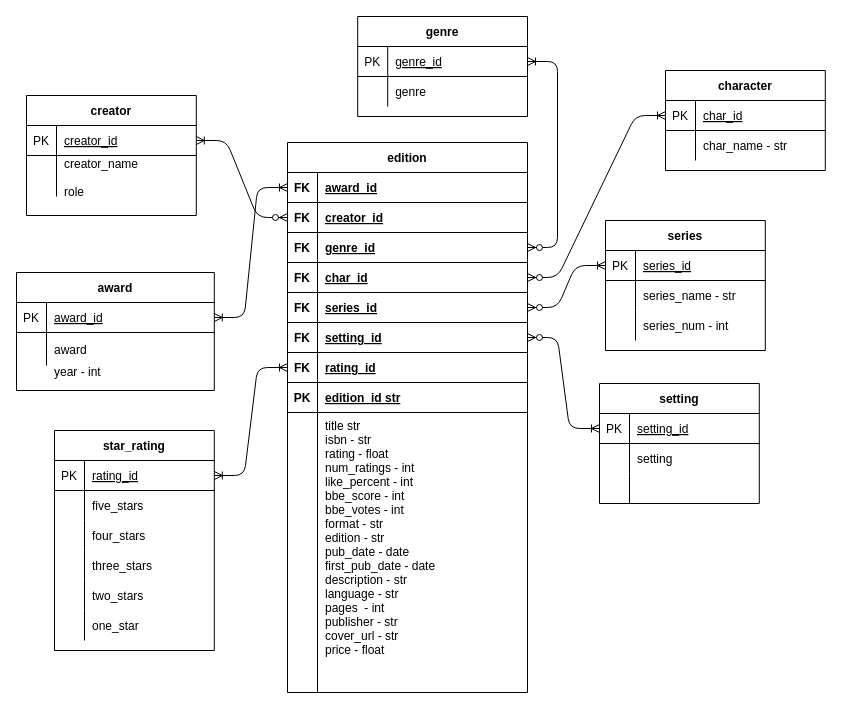
Earlier version of the draw.io diagram artifacts/books_db.drawio (codeslp/books_db). Source tidied: cells renumbered, new cells numbered last; positions are measured from the earlier drawing's top-left corner, leaving out a move shared by most shapes. Both pictures are drawn from the tidied source at 100%, with x=0, y=0 at pixel (16, 16).
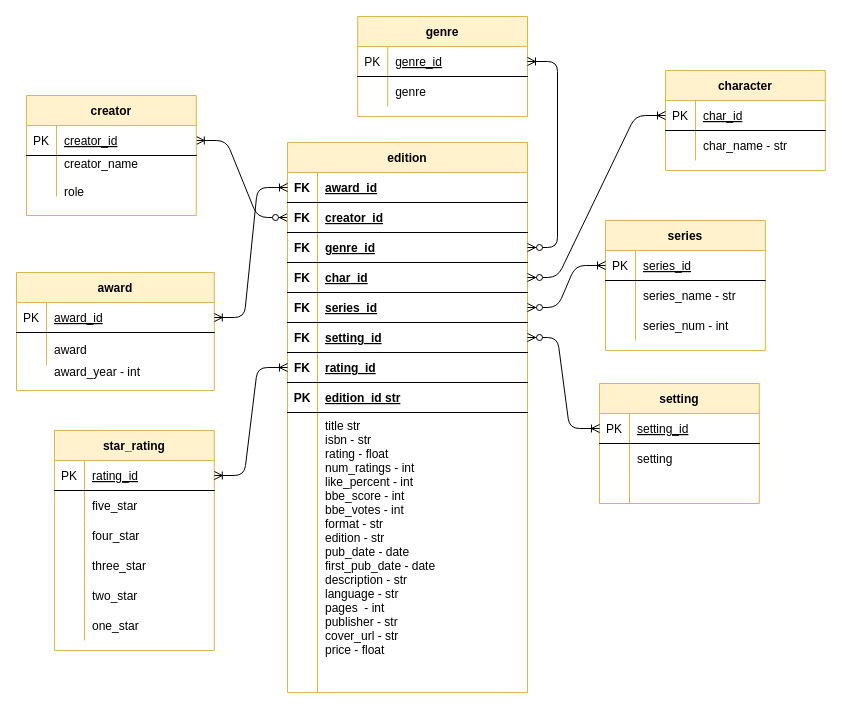
The same diagram, later.

The change refers to these unchanged cells:
```xml
<mxCell id="62" style="group;" parent="1" vertex="1">
  <mxGeometry y="256" width="197.8" height="125" as="geometry" />
</mxCell>
<mxCell id="90" style="shape=partialRectangle;fillColor=none;top=0;left=0;right=0;bottom=0;" parent="86" vertex="1">
  <mxGeometry y="60" width="159.8" height="30" as="geometry" />
</mxCell>
<mxCell id="93" style="shape=partialRectangle;fillColor=none;top=0;left=0;right=0;bottom=0;" parent="86" vertex="1">
  <mxGeometry y="90" width="159.8" height="30" as="geometry" />
</mxCell>
<mxCell id="96" style="shape=partialRectangle;fillColor=none;top=0;left=0;right=0;bottom=0;" parent="86" vertex="1">
  <mxGeometry y="120" width="159.8" height="30" as="geometry" />
</mxCell>
<mxCell id="99" style="shape=partialRectangle;fillColor=none;top=0;left=0;right=0;bottom=0;" parent="86" vertex="1">
  <mxGeometry y="150" width="159.8" height="30" as="geometry" />
</mxCell>
```

Diff of the diagram source:
```diff
@@
-    <mxCell id="3" value="edition" style="shape=table;startSize=30;childLayout=tableLayout;rowLines=0;fontStyle=1;align=center;" parent="1" vertex="1">
+    <mxCell id="3" value="edition" style="shape=table;startSize=30;childLayout=tableLayout;rowLines=0;fontStyle=1;align=center;fillColor=#fff2cc;strokeColor=#d6b656;" parent="1" vertex="1">
       <mxGeometry x="271" y="126" width="240" height="550" as="geometry" />
     </mxCell>
@@
-    <mxCell id="31" value="series" style="shape=table;startSize=30;childLayout=tableLayout;rowLines=0;fontStyle=1;align=center;" parent="1" vertex="1">
+    <mxCell id="31" value="series" style="shape=table;startSize=30;childLayout=tableLayout;rowLines=0;fontStyle=1;align=center;fillColor=#fff2cc;strokeColor=#d6b656;" parent="1" vertex="1">
       <mxGeometry x="589" y="204" width="159.8" height="130" as="geometry" />
     </mxCell>
@@
-    <mxCell id="41" value="creator" style="shape=table;startSize=30;childLayout=tableLayout;rowLines=0;fontStyle=1;align=center;" parent="1" vertex="1">
+    <mxCell id="41" value="creator" style="shape=table;startSize=30;childLayout=tableLayout;rowLines=0;fontStyle=1;align=center;fillColor=#fff2cc;strokeColor=#d6b656;" parent="1" vertex="1">
       <mxGeometry x="10" y="79" width="169.8" height="120" as="geometry" />
     </mxCell>
@@
-    <mxCell id="48" value="genre" style="shape=table;startSize=30;childLayout=tableLayout;rowLines=0;fontStyle=1;align=center;" parent="1" vertex="1">
+    <mxCell id="48" value="genre" style="shape=table;startSize=30;childLayout=tableLayout;rowLines=0;fontStyle=1;align=center;fillColor=#fff2cc;strokeColor=#d6b656;" parent="1" vertex="1">
       <mxGeometry x="341.2" width="169.8" height="100" as="geometry" />
     </mxCell>
@@
-    <mxCell id="55" value="character" style="shape=table;startSize=30;childLayout=tableLayout;rowLines=0;fontStyle=1;align=center;" parent="1" vertex="1">
+    <mxCell id="55" value="character" style="shape=table;startSize=30;childLayout=tableLayout;rowLines=0;fontStyle=1;align=center;fillColor=#fff2cc;strokeColor=#d6b656;" parent="1" vertex="1">
       <mxGeometry x="649" y="54" width="159.8" height="100" as="geometry" />
     </mxCell>
@@
-    <mxCell id="63" value="award" style="shape=table;startSize=30;childLayout=tableLayout;rowLines=0;fontStyle=1;align=center;" parent="62" vertex="1">
+    <mxCell id="63" value="award" style="shape=table;startSize=30;childLayout=tableLayout;rowLines=0;fontStyle=1;align=center;fillColor=#fff2cc;strokeColor=#d6b656;" parent="62" vertex="1">
       <mxGeometry width="197.8" height="118" as="geometry" />
     </mxCell>
@@
-    <mxCell id="70" value="year - int" style="shape=partialRectangle;overflow=hidden;fillColor=none;top=0;left=0;bottom=0;right=0;align=left;spacingLeft=6;" parent="62" vertex="1">
+    <mxCell id="70" value="award_year - int" style="shape=partialRectangle;overflow=hidden;fillColor=none;top=0;left=0;bottom=0;right=0;align=left;spacingLeft=6;" parent="62" vertex="1">
       <mxGeometry x="30" y="84" width="167.8" height="30" as="geometry" />
     </mxCell>
-    <mxCell id="71" value="setting" style="shape=table;startSize=30;childLayout=tableLayout;rowLines=0;fontStyle=1;align=center;" parent="1" vertex="1">
+    <mxCell id="71" value="setting" style="shape=table;startSize=30;childLayout=tableLayout;rowLines=0;fontStyle=1;align=center;fillColor=#fff2cc;strokeColor=#d6b656;" parent="1" vertex="1">
       <mxGeometry x="583" y="367" width="159.8" height="120" as="geometry" />
     </mxCell>
@@
-    <mxCell id="86" value="star_rating" style="shape=table;startSize=30;childLayout=tableLayout;rowLines=0;fontStyle=1;align=center;" parent="1" vertex="1">
+    <mxCell id="86" value="star_rating" style="shape=table;startSize=30;childLayout=tableLayout;rowLines=0;fontStyle=1;align=center;fillColor=#fff2cc;strokeColor=#d6b656;" parent="1" vertex="1">
       <mxGeometry x="38" y="414" width="159.8" height="220" as="geometry" />
     </mxCell>
@@
-    <mxCell id="92" value="five_stars" style="shape=partialRectangle;overflow=hidden;fillColor=none;top=0;left=0;bottom=0;right=0;align=left;spacingLeft=6;" parent="90" vertex="1">
+    <mxCell id="92" value="five_star" style="shape=partialRectangle;overflow=hidden;fillColor=none;top=0;left=0;bottom=0;right=0;align=left;spacingLeft=6;" parent="90" vertex="1">
       <mxGeometry x="30" width="129.8" height="30" as="geometry" />
     </mxCell>
@@
-    <mxCell id="95" value="four_stars" style="shape=partialRectangle;overflow=hidden;fillColor=none;top=0;left=0;bottom=0;right=0;align=left;spacingLeft=6;" parent="93" vertex="1">
+    <mxCell id="95" value="four_star" style="shape=partialRectangle;overflow=hidden;fillColor=none;top=0;left=0;bottom=0;right=0;align=left;spacingLeft=6;" parent="93" vertex="1">
       <mxGeometry x="30" width="129.8" height="30" as="geometry" />
     </mxCell>
@@
-    <mxCell id="98" value="three_stars" style="shape=partialRectangle;overflow=hidden;fillColor=none;top=0;left=0;bottom=0;right=0;align=left;spacingLeft=6;" parent="96" vertex="1">
+    <mxCell id="98" value="three_star" style="shape=partialRectangle;overflow=hidden;fillColor=none;top=0;left=0;bottom=0;right=0;align=left;spacingLeft=6;" parent="96" vertex="1">
       <mxGeometry x="30" width="129.8" height="30" as="geometry" />
     </mxCell>
@@
-    <mxCell id="101" value="two_stars" style="shape=partialRectangle;overflow=hidden;fillColor=none;top=0;left=0;bottom=0;right=0;align=left;spacingLeft=6;" parent="99" vertex="1">
+    <mxCell id="101" value="two_star" style="shape=partialRectangle;overflow=hidden;fillColor=none;top=0;left=0;bottom=0;right=0;align=left;spacingLeft=6;" parent="99" vertex="1">
       <mxGeometry x="30" width="129.8" height="30" as="geometry" />
     </mxCell>
```
